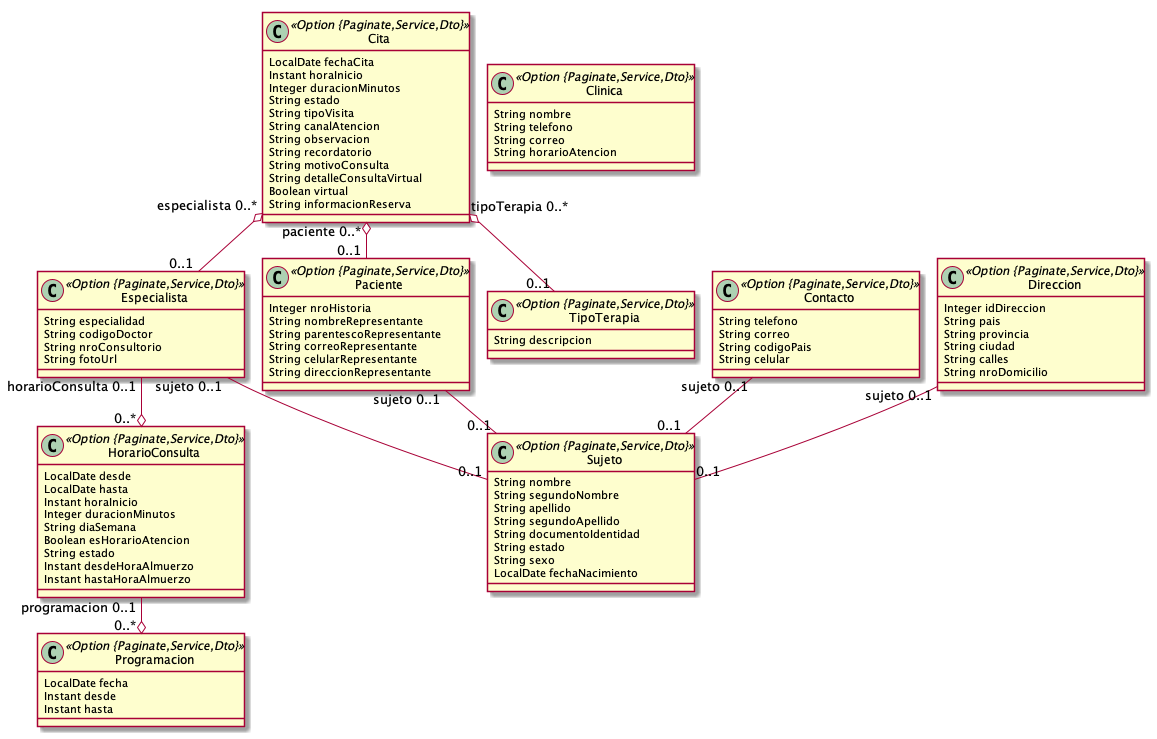
This is modelado.png from jayaleonardo/agendamiento, a PlantUML export, as it was before one commit.
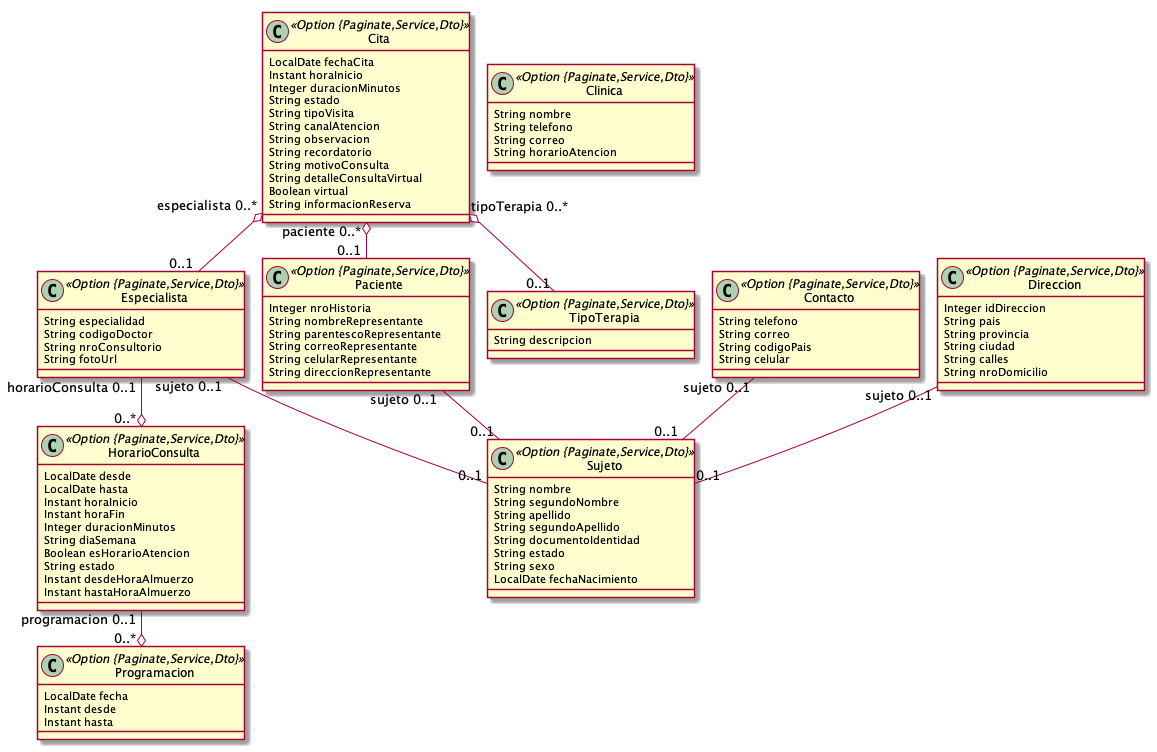
After the change.

The edit, as a diff of the source:
```diff
@@ -43,6 +43,7 @@
 		LocalDate desde
 		LocalDate hasta
 		Instant horaInicio
+		Instant horaFin
 		Integer duracionMinutos
 		String diaSemana
 		Boolean esHorarioAtencion
```
